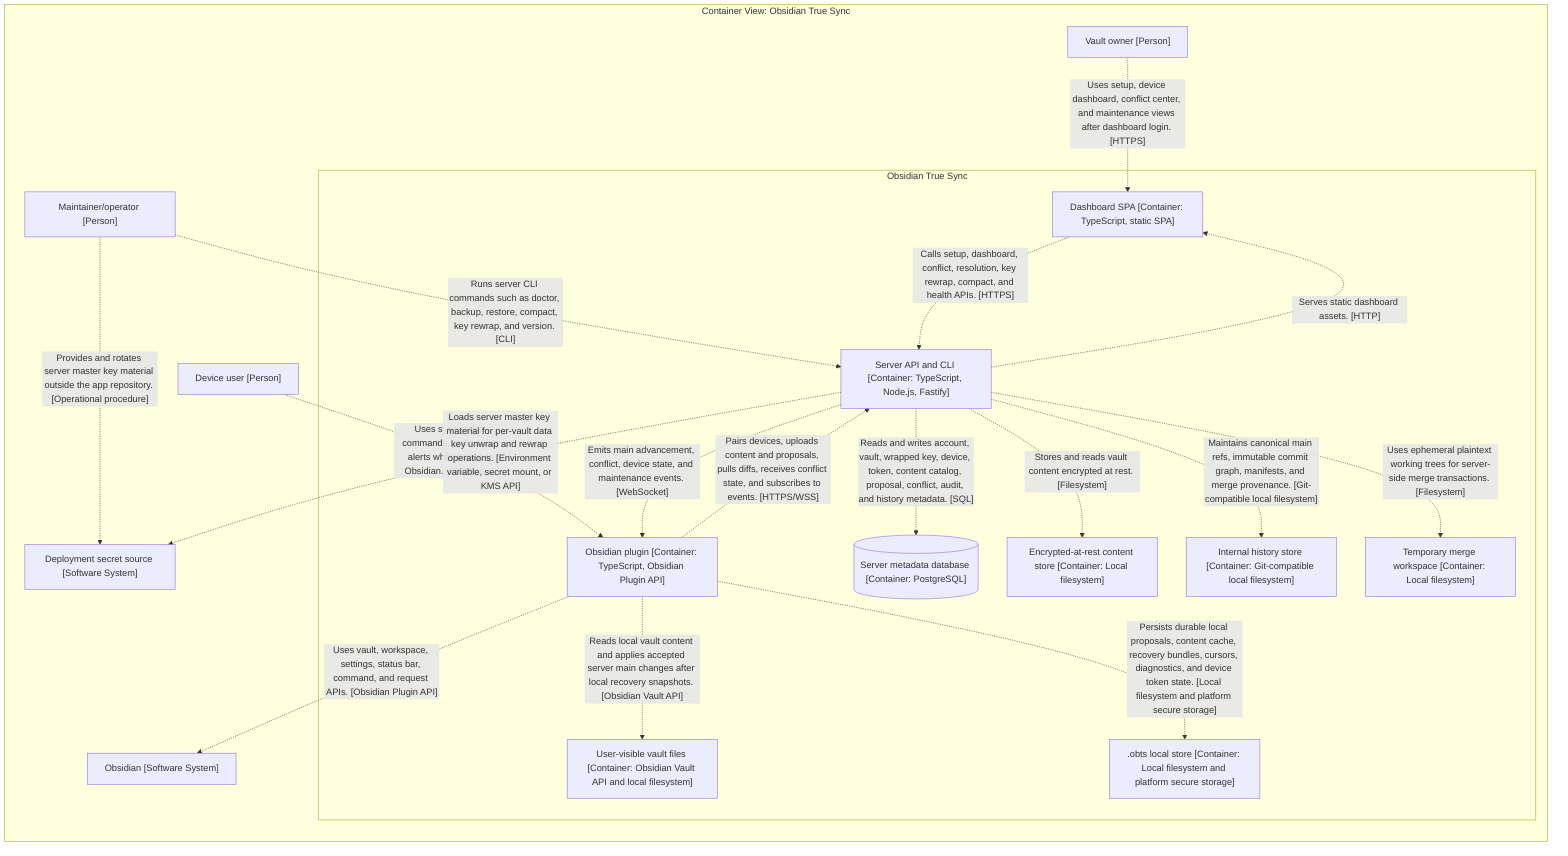
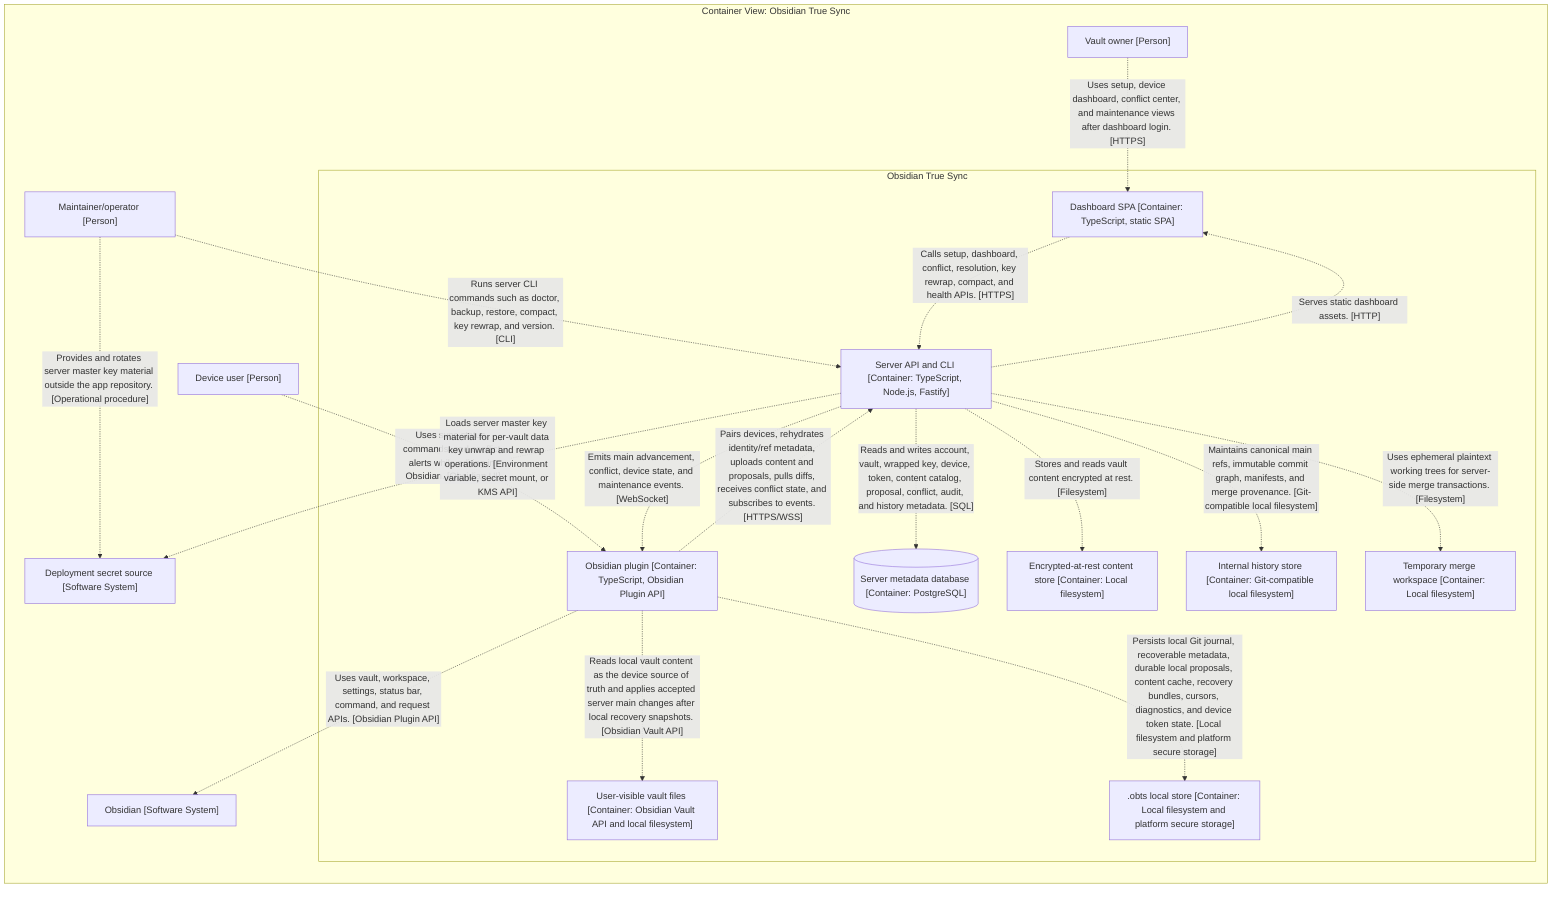
graph LR

  subgraph diagram ["Container View: Obsidian True Sync"]

    1["Vault owner [Person]"]
    2["Device user [Person]"]
    3["Maintainer/operator [Person]"]
    4["Obsidian [Software System]"]
    5["Deployment secret source [Software System]"]

    subgraph 6 ["Obsidian True Sync"]

      22["Dashboard SPA [Container: TypeScript, static SPA]"]
      29["Obsidian plugin [Container: TypeScript, Obsidian Plugin API]"]
-       41["User-visible vault files [Container: Obsidian Vault API and local filesystem]"]
-       42[".obts local store [Container: Local filesystem and platform secure storage]"]
-       43[("Server metadata database [Container: PostgreSQL]")]
-       44["Encrypted-at-rest content store [Container: Local filesystem]"]
-       45["Internal history store [Container: Git-compatible local filesystem]"]
-       46["Temporary merge workspace [Container: Local filesystem]"]
+       42["User-visible vault files [Container: Obsidian Vault API and local filesystem]"]
+       43[".obts local store [Container: Local filesystem and platform secure storage]"]
+       44[("Server metadata database [Container: PostgreSQL]")]
+       45["Encrypted-at-rest content store [Container: Local filesystem]"]
+       46["Internal history store [Container: Git-compatible local filesystem]"]
+       47["Temporary merge workspace [Container: Local filesystem]"]
      7["Server API and CLI [Container: TypeScript, Node.js, Fastify]"]
    end

    3-. "Runs server CLI commands such as doctor, backup, restore, compact, key rewrap, and version. [CLI]" .->7
    3-. "Provides and rotates server master key material outside the app repository. [Operational procedure]" .->5
    1-. "Uses setup, device dashboard, conflict center, and maintenance views after dashboard login. [HTTPS]" .->22
    2-. "Uses sync status, commands, and conflict alerts while editing in Obsidian. [Obsidian UI]" .->29
    7-. "Serves static dashboard assets. [HTTP]" .->22
    22-. "Calls setup, dashboard, conflict, resolution, key rewrap, compact, and health APIs. [HTTPS]" .->7
    29-. "Uses vault, workspace, settings, status bar, command, and request APIs. [Obsidian Plugin API]" .->4
-     29-. "Pairs devices, uploads content and proposals, pulls diffs, receives conflict state, and subscribes to events. [HTTPS/WSS]" .->7
-     29-. "Reads local vault content and applies accepted server main changes after local recovery snapshots. [Obsidian Vault API]" .->41
-     29-. "Persists durable local proposals, content cache, recovery bundles, cursors, diagnostics, and device token state. [Local filesystem and platform secure storage]" .->42
+     29-. "Pairs devices, rehydrates identity/ref metadata, uploads content and proposals, pulls diffs, receives conflict state, and subscribes to events. [HTTPS/WSS]" .->7
+     29-. "Reads local vault content as the device source of truth and applies accepted server main changes after local recovery snapshots. [Obsidian Vault API]" .->42
+     29-. "Persists local Git journal, recoverable metadata, durable local proposals, content cache, recovery bundles, cursors, diagnostics, and device token state. [Local filesystem and platform secure storage]" .->43
    7-. "Loads server master key material for per-vault data key unwrap and rewrap operations. [Environment variable, secret mount, or KMS API]" .->5
-     7-. "Reads and writes account, vault, wrapped key, device, token, content catalog, proposal, conflict, audit, and history metadata. [SQL]" .->43
-     7-. "Stores and reads vault content encrypted at rest. [Filesystem]" .->44
-     7-. "Maintains canonical main refs, immutable commit graph, manifests, and merge provenance. [Git-compatible local filesystem]" .->45
-     7-. "Uses ephemeral plaintext working trees for server-side merge transactions. [Filesystem]" .->46
+     7-. "Reads and writes account, vault, wrapped key, device, token, content catalog, proposal, conflict, audit, and history metadata. [SQL]" .->44
+     7-. "Stores and reads vault content encrypted at rest. [Filesystem]" .->45
+     7-. "Maintains canonical main refs, immutable commit graph, manifests, and merge provenance. [Git-compatible local filesystem]" .->46
+     7-. "Uses ephemeral plaintext working trees for server-side merge transactions. [Filesystem]" .->47
    7-. "Emits main advancement, conflict, device state, and maintenance events. [WebSocket]" .->29

  end
